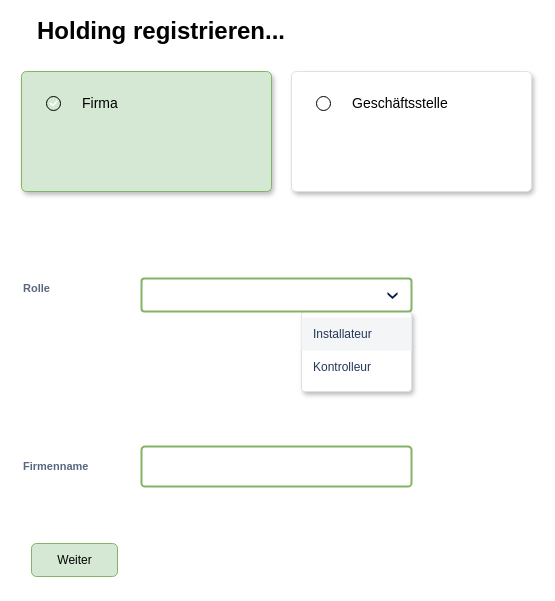
mats68/next-gen-diagramm keeps this draw.io diagram as page "Registrierung Firma" (7 of 10) of Masken Berechtigungen und Regsistrierung.drawio. Above is the earlier version. Source tidied: cells renumbered, new cells numbered last; positions are measured from the earlier drawing's top-left corner, leaving out a move shared by most shapes. Both pictures are drawn from the tidied source at 100%, with x=0, y=0 at pixel (21, 21).
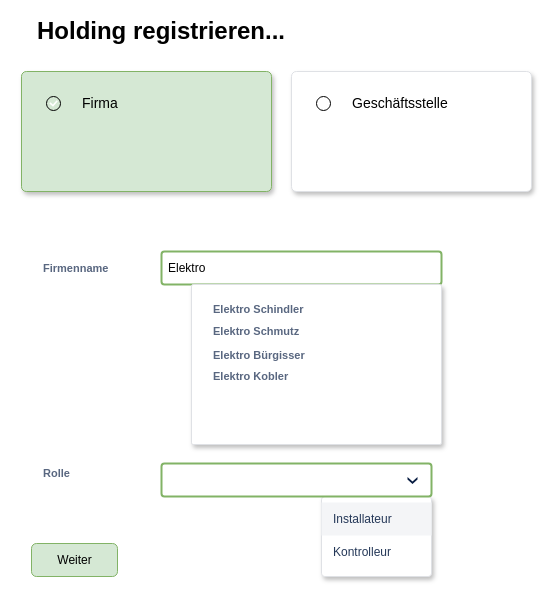
The same diagram, later.

Diff of the diagram source:
```diff
@@
     <mxCell id="4" value="Rolle" style="fillColor=none;strokeColor=none;html=1;fontSize=11;fontStyle=0;align=left;fontColor=#596780;fontStyle=1;fontSize=11;" parent="1" vertex="1">
-      <mxGeometry y="257" width="240" height="20" as="geometry" />
+      <mxGeometry x="20" y="442" width="240" height="20" as="geometry" />
     </mxCell>
     <mxCell id="5" style="rounded=1;fillColor=#ffffff;strokeColor=#DFE1E5;shadow=1;html=1;arcSize=4;" parent="1" vertex="1">
-      <mxGeometry x="280" y="290" width="110" height="80" as="geometry" />
+      <mxGeometry x="300" y="475" width="110" height="80" as="geometry" />
     </mxCell>
@@
     <mxCell id="8" style="rounded=1;arcSize=9;strokeColor=#82b366;html=1;strokeWidth=2;spacingLeft=30;align=left;fillColor=none;" parent="1" vertex="1">
-      <mxGeometry x="120" y="257" width="270" height="33" as="geometry" />
+      <mxGeometry x="140" y="442" width="270" height="33" as="geometry" />
     </mxCell>
@@
     <mxCell id="10" value="Firmenname" style="fillColor=none;strokeColor=none;html=1;fontSize=11;fontStyle=0;align=left;fontColor=#596780;fontStyle=1;fontSize=11;" parent="1" vertex="1">
-      <mxGeometry y="435" width="240" height="20" as="geometry" />
+      <mxGeometry x="20" y="236.5" width="240" height="20" as="geometry" />
     </mxCell>
-    <mxCell id="11" style="rounded=1;arcSize=9;align=left;spacingLeft=5;strokeColor=#82b366;html=1;strokeWidth=2;fontSize=12;fillColor=none;" parent="1" vertex="1">
-      <mxGeometry x="120" y="425" width="270" height="40" as="geometry" />
-    </mxCell>
@@
+    <mxCell id="16" value="Elektro" style="rounded=1;arcSize=9;html=1;strokeWidth=2;spacingLeft=5;align=left;strokeColor=#82b366;fillColor=none;" parent="1" vertex="1">
+      <mxGeometry x="140" y="230" width="280" height="33" as="geometry" />
+    </mxCell>
+    <mxCell id="17" style="rounded=1;fillColor=#ffffff;strokeColor=#DFE1E5;shadow=1;arcSize=1;fontSize=12;fontColor=#596780;align=center;html=1;verticalAlign=top;spacingTop=5;" parent="1" vertex="1">
+      <mxGeometry x="170" y="263" width="250" height="160" as="geometry" />
+    </mxCell>
+    <mxCell id="18" value="Elektro Schindler" style="html=1;fillColor=none;strokeColor=none;fontSize=11;align=left;fontColor=#596780;whiteSpace=wrap;fontStyle=1;" parent="17" vertex="1">
+      <mxGeometry width="140" height="20" relative="1" as="geometry">
+        <mxPoint x="20" y="15" as="offset" />
+      </mxGeometry>
+    </mxCell>
+    <mxCell id="19" value="Elektro Schmutz" style="html=1;fillColor=none;strokeColor=none;fontSize=11;align=left;fontColor=#596780;whiteSpace=wrap;fontStyle=1;" parent="17" vertex="1">
+      <mxGeometry width="140" height="20" relative="1" as="geometry">
+        <mxPoint x="20" y="37" as="offset" />
+      </mxGeometry>
+    </mxCell>
+    <mxCell id="20" value="Elektro Bürgisser" style="html=1;fillColor=none;strokeColor=none;fontSize=11;align=left;fontColor=#596780;whiteSpace=wrap;fontStyle=1;" parent="17" vertex="1">
+      <mxGeometry x="20" y="63.1" width="97.2" height="16" as="geometry" />
+    </mxCell>
+    <mxCell id="21" value="Elektro Kobler" style="html=1;fillColor=none;strokeColor=none;fontSize=11;align=left;fontColor=#596780;whiteSpace=wrap;fontStyle=1;" parent="17" vertex="1">
+      <mxGeometry x="20" y="84" width="97.2" height="16" as="geometry" />
+    </mxCell>
```
